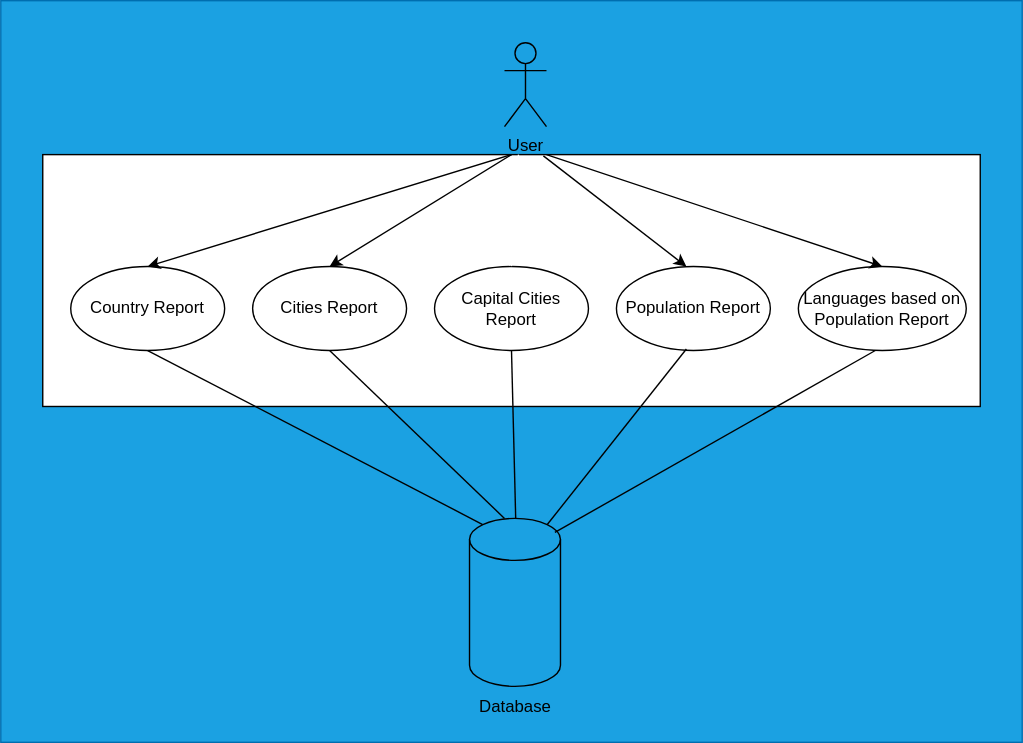
Before: use-cases/use-case-diagram.svg, a diagram exported from draw.io (jamieyoung5/SWM-F). Source tidied: cells renumbered, new cells last; positions are measured from the earlier drawing's top-left corner, leaving out a move shared by most shapes. Source of this version:
```xml
<mxGraphModel>
  <root>
    <mxCell id="0" />
    <mxCell id="1" parent="0" />
    <mxCell id="2" style="rounded=0;whiteSpace=wrap;html=1;fillColor=#1ba1e2;strokeColor=#006EAF;fontColor=#ffffff;" parent="1" vertex="1">
      <mxGeometry width="730" height="530" as="geometry" />
    </mxCell>
    <mxCell id="3" value="User" style="shape=umlActor;verticalLabelPosition=bottom;verticalAlign=top;html=1;fillColor=none;strokeColor=#000000;" parent="1" vertex="1">
      <mxGeometry x="360" y="30" width="30" height="60" as="geometry" />
    </mxCell>
    <mxCell id="4" style="edgeStyle=none;html=1;exitX=0.5;exitY=0;exitDx=0;exitDy=0;entryX=0.5;entryY=0;entryDx=0;entryDy=0;" parent="1" edge="1" source="6">
      <mxGeometry relative="1" as="geometry">
        <mxPoint x="235" y="190" as="targetPoint" />
      </mxGeometry>
    </mxCell>
    <mxCell id="5" style="edgeStyle=none;html=1;exitX=0.5;exitY=0;exitDx=0;exitDy=0;entryX=0.5;entryY=0;entryDx=0;entryDy=0;" parent="1" edge="1" source="6" target="19">
      <mxGeometry relative="1" as="geometry" />
    </mxCell>
    <mxCell id="6" style="rounded=0;whiteSpace=wrap;html=1;" parent="1" vertex="1">
      <mxGeometry x="30" y="110" width="670" height="180" as="geometry" />
    </mxCell>
    <mxCell id="7" style="shape=cylinder3;whiteSpace=wrap;html=1;boundedLbl=1;backgroundOutline=1;size=15;fillColor=none;strokeColor=#000000;" parent="1" vertex="1">
      <mxGeometry x="335" y="370" width="65" height="120" as="geometry" />
    </mxCell>
    <mxCell id="8" style="ellipse;whiteSpace=wrap;html=1;fillColor=none;" parent="1" vertex="1">
      <mxGeometry x="50" y="190" width="110" height="60" as="geometry" />
    </mxCell>
    <mxCell id="9" style="endArrow=classic;html=1;entryX=0.5;entryY=0;entryDx=0;entryDy=0;exitX=0.5;exitY=0;exitDx=0;exitDy=0;" parent="1" edge="1" source="6" target="8">
      <mxGeometry relative="1" as="geometry" />
    </mxCell>
    <mxCell id="10" style="endArrow=classic;html=1;entryX=0.5;entryY=0;entryDx=0;entryDy=0;exitX=0.534;exitY=0.005;exitDx=0;exitDy=0;exitPerimeter=0;" parent="1" edge="1" source="6">
      <mxGeometry relative="1" as="geometry">
        <mxPoint x="490" y="190" as="targetPoint" />
      </mxGeometry>
    </mxCell>
    <mxCell id="11" style="endArrow=none;html=1;entryX=0.5;entryY=1;entryDx=0;entryDy=0;exitX=0.145;exitY=0;exitDx=0;exitDy=4.35;exitPerimeter=0;" parent="1" edge="1" source="7" target="8">
      <mxGeometry relative="1" as="geometry" />
    </mxCell>
    <mxCell id="12" style="endArrow=none;html=1;entryX=0.5;entryY=1;entryDx=0;entryDy=0;" parent="1" edge="1">
      <mxGeometry relative="1" as="geometry">
        <mxPoint x="360" y="370" as="sourcePoint" />
        <mxPoint x="235" y="250" as="targetPoint" />
      </mxGeometry>
    </mxCell>
    <mxCell id="13" style="endArrow=none;html=1;entryX=0.5;entryY=1;entryDx=0;entryDy=0;" parent="1" edge="1">
      <mxGeometry relative="1" as="geometry">
        <mxPoint x="368" y="370" as="sourcePoint" />
        <mxPoint x="365" y="250" as="targetPoint" />
      </mxGeometry>
    </mxCell>
    <mxCell id="14" style="endArrow=none;html=1;entryX=0.5;entryY=1;entryDx=0;entryDy=0;exitX=0.855;exitY=0;exitDx=0;exitDy=4.35;exitPerimeter=0;" parent="1" edge="1" source="7">
      <mxGeometry relative="1" as="geometry">
        <mxPoint x="490" y="249" as="targetPoint" />
      </mxGeometry>
    </mxCell>
    <mxCell id="15" style="endArrow=none;html=1;entryX=0.5;entryY=1;entryDx=0;entryDy=0;" parent="1" edge="1">
      <mxGeometry relative="1" as="geometry">
        <mxPoint x="396" y="380" as="sourcePoint" />
        <mxPoint x="625" y="250" as="targetPoint" />
      </mxGeometry>
    </mxCell>
    <mxCell id="16" value="Database" style="text;html=1;strokeColor=none;fillColor=none;align=center;verticalAlign=middle;whiteSpace=wrap;rounded=0;" parent="1" vertex="1">
      <mxGeometry x="337.5" y="490" width="60" height="30" as="geometry" />
    </mxCell>
    <mxCell id="17" value="Country Report" style="text;html=1;strokeColor=none;fillColor=none;align=center;verticalAlign=middle;whiteSpace=wrap;rounded=0;" parent="1" vertex="1">
      <mxGeometry x="50" y="205" width="110" height="30" as="geometry" />
    </mxCell>
    <mxCell id="18" value="Capital Cities Report" style="ellipse;whiteSpace=wrap;html=1;fillColor=none;" parent="1" vertex="1">
      <mxGeometry x="310" y="190" width="110" height="60" as="geometry" />
    </mxCell>
    <mxCell id="19" value="Cities Report" style="ellipse;whiteSpace=wrap;html=1;fillColor=none;" parent="1" vertex="1">
      <mxGeometry x="180" y="190" width="110" height="60" as="geometry" />
    </mxCell>
    <mxCell id="20" value="Languages based on Population Report" style="ellipse;whiteSpace=wrap;html=1;fillColor=none;" parent="1" vertex="1">
      <mxGeometry x="570" y="190" width="120" height="60" as="geometry" />
    </mxCell>
    <mxCell id="21" style="edgeStyle=none;html=1;exitX=0.5;exitY=0;exitDx=0;exitDy=0;entryX=0.5;entryY=0;entryDx=0;entryDy=0;" parent="1" edge="1" source="6" target="19">
      <mxGeometry relative="1" as="geometry" />
    </mxCell>
    <mxCell id="22" value="Population Report" style="ellipse;whiteSpace=wrap;html=1;fillColor=none;" parent="1" vertex="1">
      <mxGeometry x="440" y="190" width="110" height="60" as="geometry" />
    </mxCell>
    <mxCell id="23" style="endArrow=classic;html=1;strokeColor=#FFFFFF;entryX=0.5;entryY=0;entryDx=0;entryDy=0;" parent="1" edge="1" target="18">
      <mxGeometry relative="1" as="geometry">
        <mxPoint x="370" y="110" as="sourcePoint" />
      </mxGeometry>
    </mxCell>
    <mxCell id="24" style="endArrow=classic;html=1;entryX=0.5;entryY=0;entryDx=0;entryDy=0;" parent="1" edge="1" target="20">
      <mxGeometry relative="1" as="geometry">
        <mxPoint x="390" y="110" as="sourcePoint" />
      </mxGeometry>
    </mxCell>
  </root>
</mxGraphModel>
```
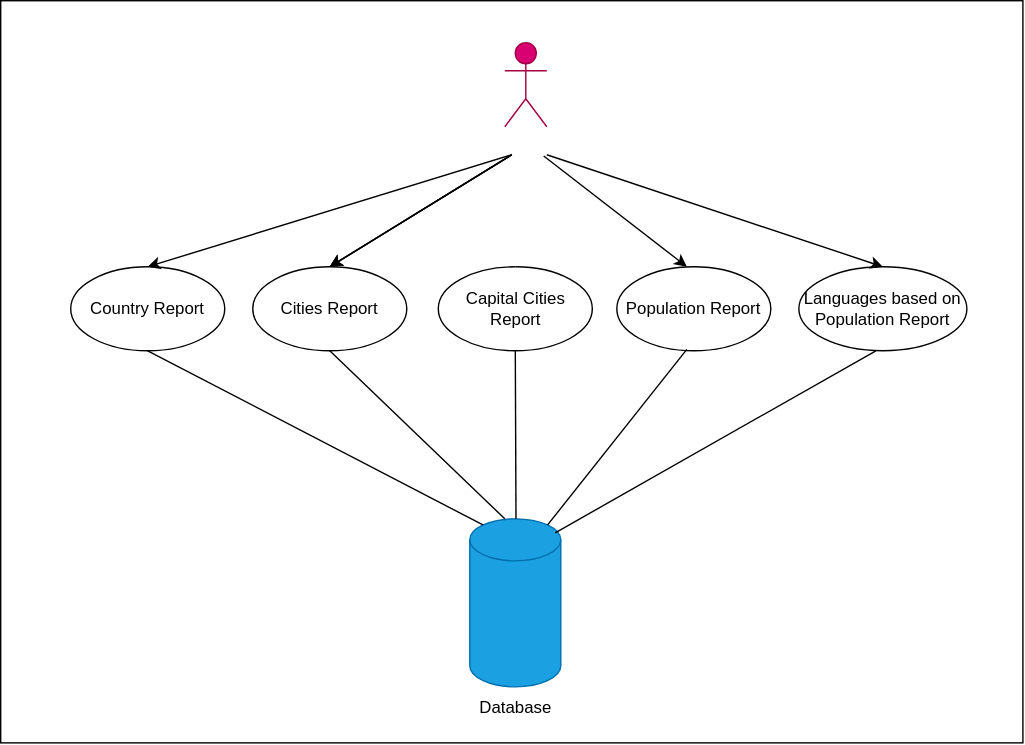
Above is the later version.

Commit message:
remove background on diagram

The edit, as a diff of the source:
```diff
@@ -2,34 +2,37 @@
   <root>
     <mxCell id="0" />
     <mxCell id="1" parent="0" />
-    <mxCell id="2" style="rounded=0;whiteSpace=wrap;html=1;fillColor=#1ba1e2;strokeColor=#006EAF;fontColor=#ffffff;" parent="1" vertex="1">
+    <mxCell id="2" style="rounded=0;whiteSpace=wrap;html=1;fillColor=none;" parent="1" vertex="1">
       <mxGeometry width="730" height="530" as="geometry" />
     </mxCell>
-    <mxCell id="3" value="User" style="shape=umlActor;verticalLabelPosition=bottom;verticalAlign=top;html=1;fillColor=none;strokeColor=#000000;" parent="1" vertex="1">
+    <mxCell id="3" value="User" style="shape=umlActor;verticalLabelPosition=bottom;verticalAlign=top;html=1;fillColor=#d80073;strokeColor=#A50040;fontColor=#ffffff;" parent="1" vertex="1">
       <mxGeometry x="360" y="30" width="30" height="60" as="geometry" />
     </mxCell>
-    <mxCell id="4" style="edgeStyle=none;html=1;exitX=0.5;exitY=0;exitDx=0;exitDy=0;entryX=0.5;entryY=0;entryDx=0;entryDy=0;" parent="1" edge="1" source="6">
+    <mxCell id="4" style="edgeStyle=none;html=1;exitX=0.5;exitY=0;exitDx=0;exitDy=0;entryX=0.5;entryY=0;entryDx=0;entryDy=0;" parent="1" edge="1">
       <mxGeometry relative="1" as="geometry">
+        <mxPoint x="365" y="110" as="sourcePoint" />
         <mxPoint x="235" y="190" as="targetPoint" />
       </mxGeometry>
     </mxCell>
-    <mxCell id="5" style="edgeStyle=none;html=1;exitX=0.5;exitY=0;exitDx=0;exitDy=0;entryX=0.5;entryY=0;entryDx=0;entryDy=0;" parent="1" edge="1" source="6" target="19">
-      <mxGeometry relative="1" as="geometry" />
+    <mxCell id="5" style="edgeStyle=none;html=1;exitX=0.5;exitY=0;exitDx=0;exitDy=0;entryX=0.5;entryY=0;entryDx=0;entryDy=0;" parent="1" edge="1" target="19">
+      <mxGeometry relative="1" as="geometry">
+        <mxPoint x="365" y="110" as="sourcePoint" />
+      </mxGeometry>
     </mxCell>
-    <mxCell id="6" style="rounded=0;whiteSpace=wrap;html=1;" parent="1" vertex="1">
-      <mxGeometry x="30" y="110" width="670" height="180" as="geometry" />
-    </mxCell>
-    <mxCell id="7" style="shape=cylinder3;whiteSpace=wrap;html=1;boundedLbl=1;backgroundOutline=1;size=15;fillColor=none;strokeColor=#000000;" parent="1" vertex="1">
+    <mxCell id="7" style="shape=cylinder3;whiteSpace=wrap;html=1;boundedLbl=1;backgroundOutline=1;size=15;fillColor=#1ba1e2;strokeColor=#006EAF;fontColor=#ffffff;" parent="1" vertex="1">
       <mxGeometry x="335" y="370" width="65" height="120" as="geometry" />
     </mxCell>
     <mxCell id="8" style="ellipse;whiteSpace=wrap;html=1;fillColor=none;" parent="1" vertex="1">
       <mxGeometry x="50" y="190" width="110" height="60" as="geometry" />
     </mxCell>
-    <mxCell id="9" style="endArrow=classic;html=1;entryX=0.5;entryY=0;entryDx=0;entryDy=0;exitX=0.5;exitY=0;exitDx=0;exitDy=0;" parent="1" edge="1" source="6" target="8">
-      <mxGeometry relative="1" as="geometry" />
+    <mxCell id="9" style="endArrow=classic;html=1;entryX=0.5;entryY=0;entryDx=0;entryDy=0;exitX=0.5;exitY=0;exitDx=0;exitDy=0;" parent="1" edge="1" target="8">
+      <mxGeometry relative="1" as="geometry">
+        <mxPoint x="365" y="110" as="sourcePoint" />
+      </mxGeometry>
     </mxCell>
-    <mxCell id="10" style="endArrow=classic;html=1;entryX=0.5;entryY=0;entryDx=0;entryDy=0;exitX=0.534;exitY=0.005;exitDx=0;exitDy=0;exitPerimeter=0;" parent="1" edge="1" source="6">
+    <mxCell id="10" style="endArrow=classic;html=1;entryX=0.5;entryY=0;entryDx=0;entryDy=0;exitX=0.534;exitY=0.005;exitDx=0;exitDy=0;exitPerimeter=0;" parent="1" edge="1">
       <mxGeometry relative="1" as="geometry">
+        <mxPoint x="387.8" y="110.9" as="sourcePoint" />
         <mxPoint x="490" y="190" as="targetPoint" />
       </mxGeometry>
     </mxCell>
@@ -42,10 +45,9 @@
         <mxPoint x="235" y="250" as="targetPoint" />
       </mxGeometry>
     </mxCell>
-    <mxCell id="13" style="endArrow=none;html=1;entryX=0.5;entryY=1;entryDx=0;entryDy=0;" parent="1" edge="1">
+    <mxCell id="13" style="endArrow=none;html=1;entryX=0.5;entryY=1;entryDx=0;entryDy=0;" parent="1" edge="1" target="18">
       <mxGeometry relative="1" as="geometry">
         <mxPoint x="368" y="370" as="sourcePoint" />
-        <mxPoint x="365" y="250" as="targetPoint" />
       </mxGeometry>
     </mxCell>
     <mxCell id="14" style="endArrow=none;html=1;entryX=0.5;entryY=1;entryDx=0;entryDy=0;exitX=0.855;exitY=0;exitDx=0;exitDy=4.35;exitPerimeter=0;" parent="1" edge="1" source="7">
@@ -66,7 +68,7 @@
       <mxGeometry x="50" y="205" width="110" height="30" as="geometry" />
     </mxCell>
     <mxCell id="18" value="Capital Cities Report" style="ellipse;whiteSpace=wrap;html=1;fillColor=none;" parent="1" vertex="1">
-      <mxGeometry x="310" y="190" width="110" height="60" as="geometry" />
+      <mxGeometry x="312.5" y="190" width="110" height="60" as="geometry" />
     </mxCell>
     <mxCell id="19" value="Cities Report" style="ellipse;whiteSpace=wrap;html=1;fillColor=none;" parent="1" vertex="1">
       <mxGeometry x="180" y="190" width="110" height="60" as="geometry" />
@@ -74,8 +76,10 @@
     <mxCell id="20" value="Languages based on Population Report" style="ellipse;whiteSpace=wrap;html=1;fillColor=none;" parent="1" vertex="1">
       <mxGeometry x="570" y="190" width="120" height="60" as="geometry" />
     </mxCell>
-    <mxCell id="21" style="edgeStyle=none;html=1;exitX=0.5;exitY=0;exitDx=0;exitDy=0;entryX=0.5;entryY=0;entryDx=0;entryDy=0;" parent="1" edge="1" source="6" target="19">
-      <mxGeometry relative="1" as="geometry" />
+    <mxCell id="21" style="edgeStyle=none;html=1;exitX=0.5;exitY=0;exitDx=0;exitDy=0;entryX=0.5;entryY=0;entryDx=0;entryDy=0;" parent="1" edge="1" target="19">
+      <mxGeometry relative="1" as="geometry">
+        <mxPoint x="365" y="110" as="sourcePoint" />
+      </mxGeometry>
     </mxCell>
     <mxCell id="22" value="Population Report" style="ellipse;whiteSpace=wrap;html=1;fillColor=none;" parent="1" vertex="1">
       <mxGeometry x="440" y="190" width="110" height="60" as="geometry" />
```
